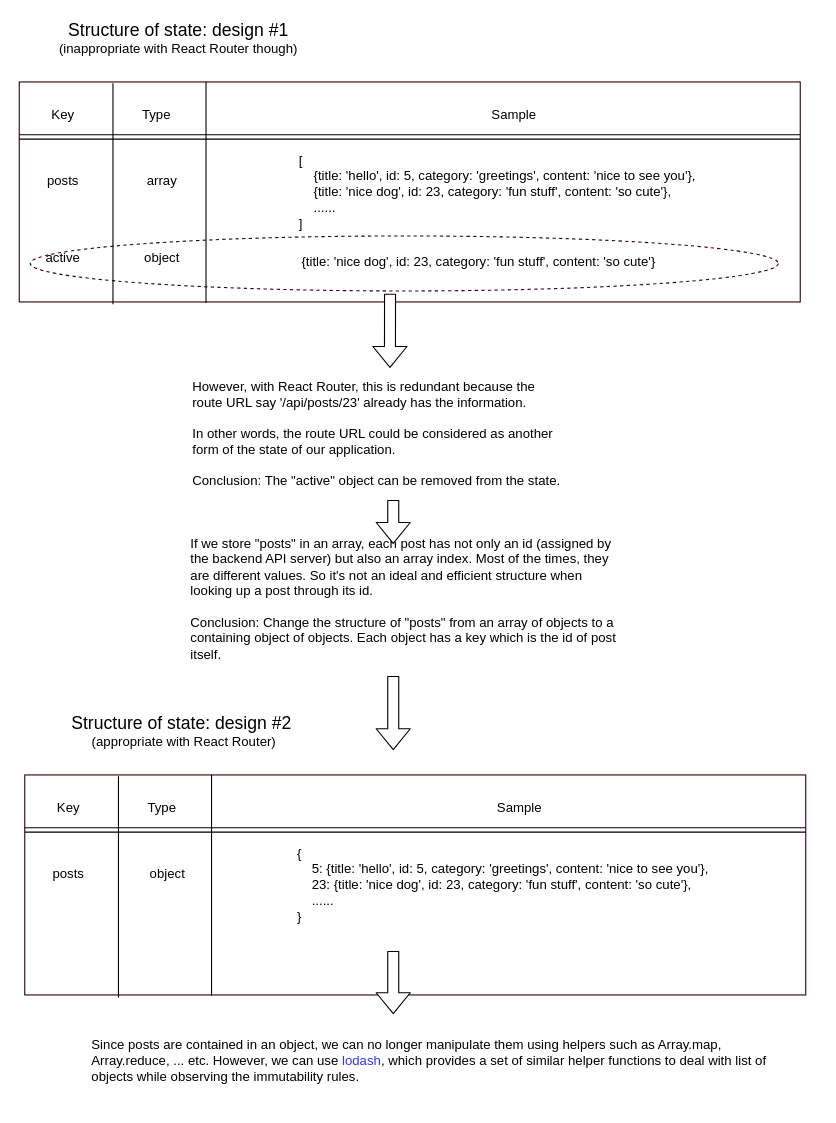
VSU-CS-FullStack/diagrams keeps this draw.io diagram as page "state" (7 of 9) of blog/Untitled Diagram.drawio. Above is the earlier version. Source tidied: cells renumbered, new cells numbered last; positions are measured from the earlier drawing's top-left corner, leaving out a move shared by most shapes. Both pictures are drawn from the tidied source at 110%, with x=0, y=0 at pixel (19, 26).
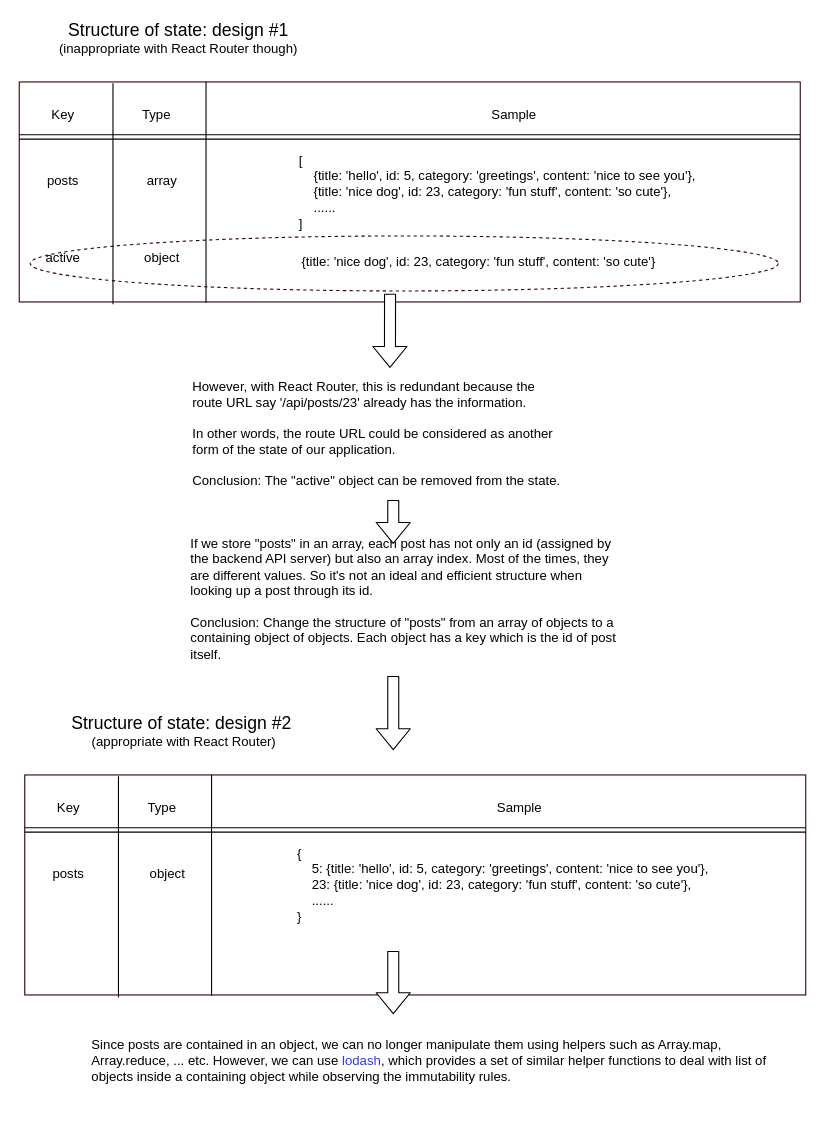
After the change.

What changed in the source:
```diff
@@
-    <mxCell id="35" value="&lt;div style=&quot;text-align: left&quot;&gt;&lt;span style=&quot;font-size: 12px&quot;&gt;Since posts are contained in an object, we can no longer manipulate them using helpers such as Array.map, Array.reduce, ... etc. However, we can use &lt;font color=&quot;#3333ff&quot;&gt;lodash&lt;/font&gt;, which provides a set of similar helper functions to&amp;nbsp;&lt;/span&gt;&lt;span style=&quot;font-size: 12px&quot;&gt;deal with list of objects while observing the immutability rules.&lt;/span&gt;&lt;/div&gt;" style="text;html=1;strokeColor=none;fillColor=none;align=center;verticalAlign=middle;whiteSpace=wrap;rounded=0;dashed=1;" parent="1" vertex="1">
+    <mxCell id="35" value="&lt;div style=&quot;text-align: left&quot;&gt;&lt;span style=&quot;font-size: 12px&quot;&gt;Since posts are contained in an object, we can no longer manipulate them using helpers such as Array.map, Array.reduce, ... etc. However, we can use &lt;font color=&quot;#3333ff&quot;&gt;lodash&lt;/font&gt;, which provides a set of similar helper functions to&amp;nbsp;&lt;/span&gt;&lt;span style=&quot;font-size: 12px&quot;&gt;deal with list of objects inside a containing object while observing the immutability rules.&lt;/span&gt;&lt;/div&gt;" style="text;html=1;strokeColor=none;fillColor=none;align=center;verticalAlign=middle;whiteSpace=wrap;rounded=0;dashed=1;" parent="1" vertex="1">
       <mxGeometry x="65" y="900" width="640" height="80" as="geometry" />
     </mxCell>
```
